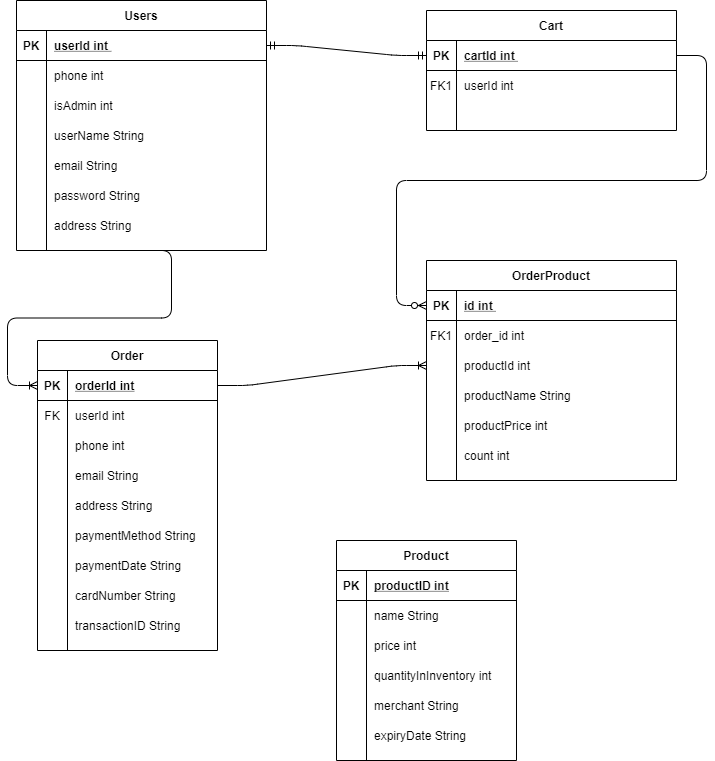
Before: images/eer.png, a diagram exported from draw.io (mishabuch/Online-Grocery-Store). Source tidied: cells renumbered, new cells last; positions are measured from the earlier drawing's top-left corner, leaving out a move shared by most shapes.
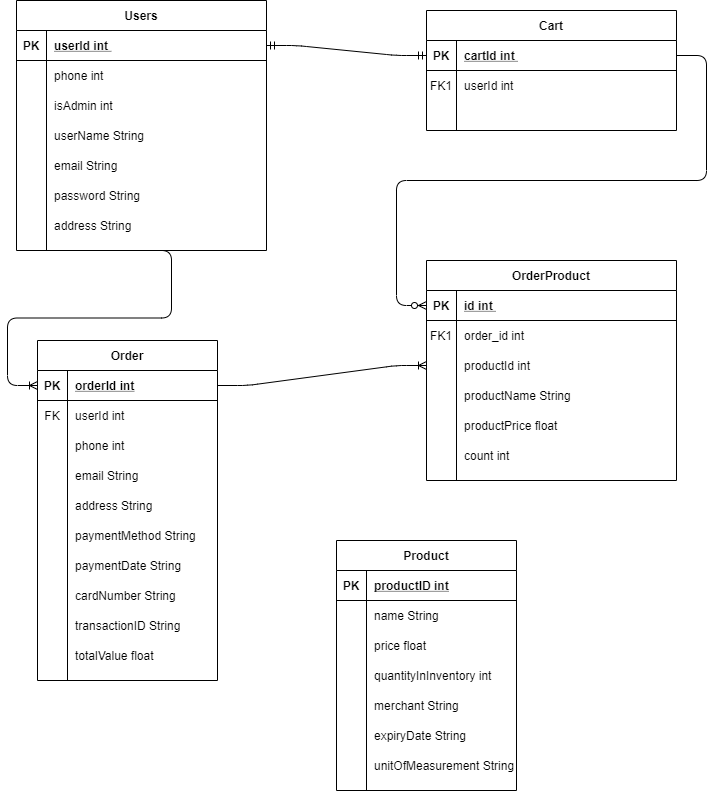
After the commit.

What changed in the source:
```diff
@@ -137,7 +137,7 @@
     <mxCell id="46" style="shape=partialRectangle;overflow=hidden;fillColor=none;top=0;left=0;bottom=0;right=0;" parent="45" vertex="1">
       <mxGeometry width="30" height="30" as="geometry" />
     </mxCell>
-    <mxCell id="47" value="productPrice int" style="shape=partialRectangle;overflow=hidden;fillColor=none;top=0;left=0;bottom=0;right=0;align=left;spacingLeft=6;" parent="45" vertex="1">
+    <mxCell id="47" value="productPrice float" style="shape=partialRectangle;overflow=hidden;fillColor=none;top=0;left=0;bottom=0;right=0;align=left;spacingLeft=6;" parent="45" vertex="1">
       <mxGeometry x="30" width="220" height="30" as="geometry" />
     </mxCell>
     <mxCell id="48" style="shape=partialRectangle;fillColor=none;top=0;left=0;right=0;bottom=0;" parent="32" vertex="1">
@@ -153,7 +153,7 @@
       <mxGeometry relative="1" as="geometry" />
     </mxCell>
     <mxCell id="52" value="Order" style="shape=table;startSize=30;rowLines=0;fontStyle=1;align=center;" parent="1" vertex="1">
-      <mxGeometry x="21" y="340" width="180" height="310" as="geometry" />
+      <mxGeometry x="21" y="340" width="180" height="340" as="geometry" />
     </mxCell>
     <mxCell id="53" style="shape=partialRectangle;fillColor=none;top=0;left=0;bottom=1;right=0;points=[[0,0.5],[1,0.5]];portConstraint=eastwest;" parent="52" vertex="1">
       <mxGeometry y="30" width="180" height="30" as="geometry" />
@@ -236,6 +236,15 @@
     <mxCell id="79" value="transactionID String" style="shape=partialRectangle;fillColor=none;top=0;left=0;bottom=0;right=0;align=left;spacingLeft=6;overflow=hidden;" parent="77" vertex="1">
       <mxGeometry x="30" width="150" height="30" as="geometry" />
     </mxCell>
+    <mxCell id="101" style="shape=partialRectangle;fillColor=none;top=0;left=0;bottom=0;right=0;" parent="52" vertex="1">
+      <mxGeometry y="300" width="180" height="30" as="geometry" />
+    </mxCell>
+    <mxCell id="102" style="shape=partialRectangle;fillColor=none;top=0;left=0;bottom=0;right=0;overflow=hidden;" parent="101" vertex="1">
+      <mxGeometry width="30" height="30" as="geometry" />
+    </mxCell>
+    <mxCell id="103" value="totalValue float" style="shape=partialRectangle;fillColor=none;top=0;left=0;bottom=0;right=0;align=left;spacingLeft=6;overflow=hidden;" parent="101" vertex="1">
+      <mxGeometry x="30" width="150" height="30" as="geometry" />
+    </mxCell>
     <mxCell id="80" style="edgeStyle=entityRelationEdgeStyle;fontSize=12;html=1;endArrow=ERoneToMany;exitX=1;exitY=0.5;exitDx=0;exitDy=0;entryX=0;entryY=0.5;entryDx=0;entryDy=0;" parent="1" edge="1" source="53" target="39">
       <mxGeometry relative="1" as="geometry" />
     </mxCell>
@@ -243,7 +252,7 @@
       <mxGeometry relative="1" as="geometry" />
     </mxCell>
     <mxCell id="82" value="Product" style="shape=table;startSize=30;rowLines=0;fontStyle=1;align=center;" parent="1" vertex="1">
-      <mxGeometry x="320" y="540" width="180" height="220" as="geometry" />
+      <mxGeometry x="320" y="540" width="180" height="250" as="geometry" />
     </mxCell>
     <mxCell id="83" style="shape=partialRectangle;fillColor=none;top=0;left=0;bottom=1;right=0;" parent="82" vertex="1">
       <mxGeometry y="30" width="180" height="30" as="geometry" />
@@ -269,7 +278,7 @@
     <mxCell id="90" style="shape=partialRectangle;fillColor=none;top=0;left=0;bottom=0;right=0;overflow=hidden;" parent="89" vertex="1">
       <mxGeometry width="30" height="30" as="geometry" />
     </mxCell>
-    <mxCell id="91" value="price int" style="shape=partialRectangle;fillColor=none;top=0;left=0;bottom=0;right=0;align=left;spacingLeft=6;overflow=hidden;" parent="89" vertex="1">
+    <mxCell id="91" value="price float" style="shape=partialRectangle;fillColor=none;top=0;left=0;bottom=0;right=0;align=left;spacingLeft=6;overflow=hidden;" parent="89" vertex="1">
       <mxGeometry x="30" width="150" height="30" as="geometry" />
     </mxCell>
     <mxCell id="92" style="shape=partialRectangle;fillColor=none;top=0;left=0;bottom=0;right=0;" parent="82" vertex="1">
@@ -299,5 +308,14 @@
     <mxCell id="100" value="expiryDate String" style="shape=partialRectangle;fillColor=none;top=0;left=0;bottom=0;right=0;align=left;spacingLeft=6;overflow=hidden;" parent="98" vertex="1">
       <mxGeometry x="30" width="150" height="30" as="geometry" />
     </mxCell>
+    <mxCell id="104" style="shape=partialRectangle;fillColor=none;top=0;left=0;bottom=0;right=0;" parent="82" vertex="1">
+      <mxGeometry y="210" width="180" height="30" as="geometry" />
+    </mxCell>
+    <mxCell id="105" style="shape=partialRectangle;fillColor=none;top=0;left=0;bottom=0;right=0;overflow=hidden;" parent="104" vertex="1">
+      <mxGeometry width="30" height="30" as="geometry" />
+    </mxCell>
+    <mxCell id="106" value="unitOfMeasurement String" style="shape=partialRectangle;fillColor=none;top=0;left=0;bottom=0;right=0;align=left;spacingLeft=6;overflow=hidden;" parent="104" vertex="1">
+      <mxGeometry x="30" width="150" height="30" as="geometry" />
+    </mxCell>
   </root>
 </mxGraphModel>
```
